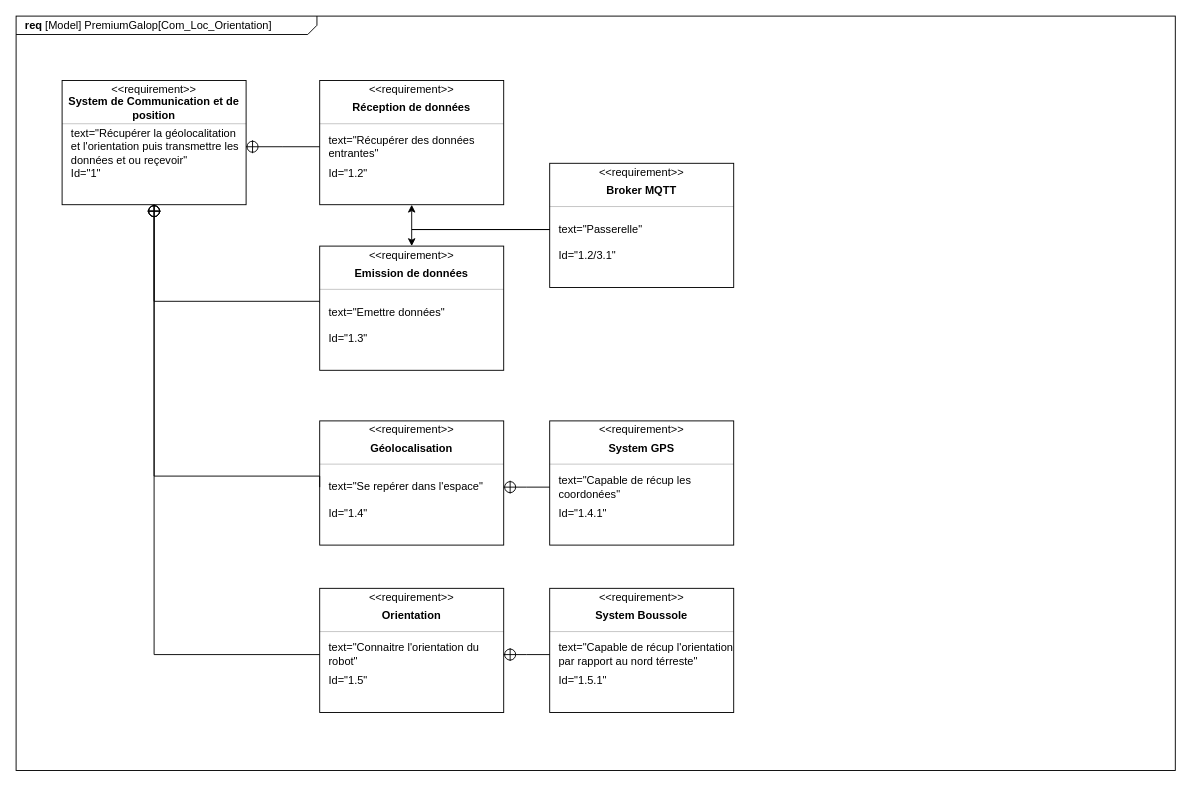
Earlier version of the draw.io diagram SYSML/Req_communication.drawio (ToGen49/Hippodrome). Source tidied: cells renumbered, new cells numbered last; positions are measured from the earlier drawing's top-left corner, leaving out a move shared by most shapes. Both pictures are drawn from the tidied source at 92%, with x=0, y=0 at pixel (16, 16).
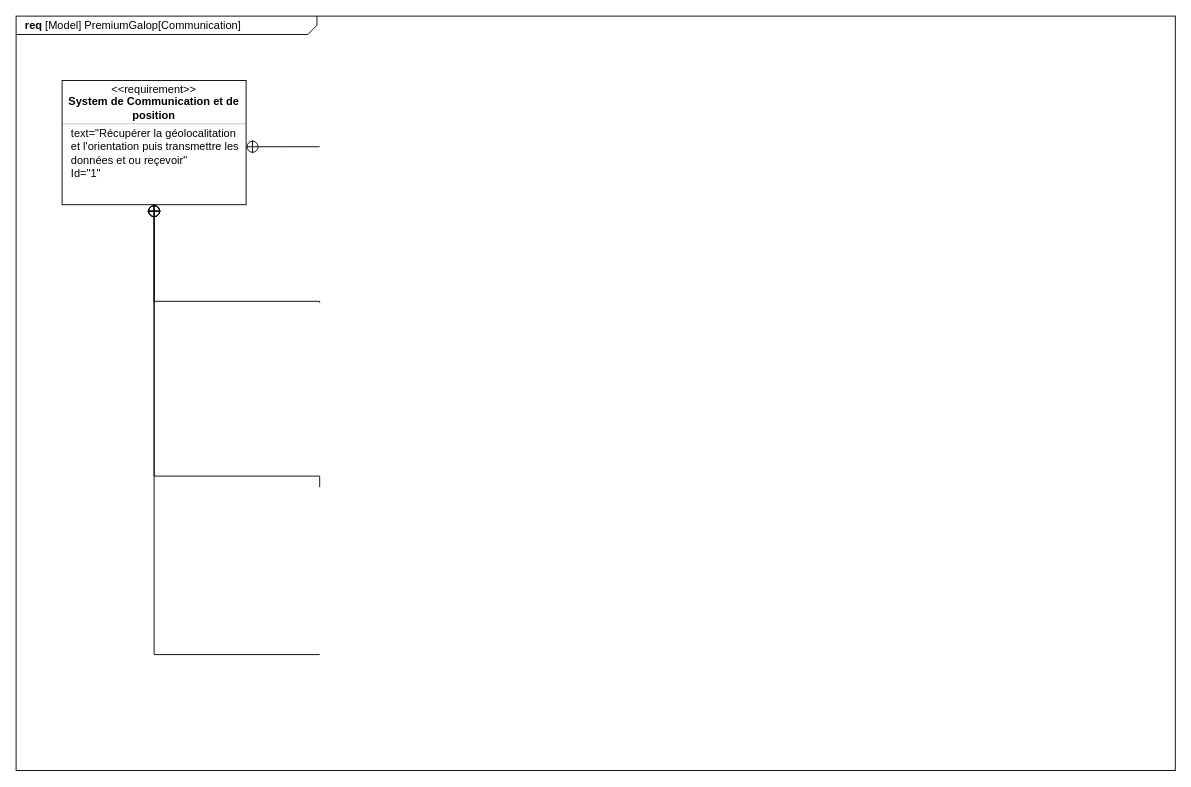
The same page after the edit.

Commit message (it also covers changes not shown here):
Mettre à jour Req_communication.drawio

The change refers to these unchanged cells:
```xml
<mxCell id="7" value="text=&quot;Récupérer la géolocalitation et l'orientation puis transmettre les données et ou reçevoir&quot;" style="html=1;align=left;spacing=0;verticalAlign=middle;strokeColor=none;fillColor=none;whiteSpace=wrap;spacingLeft=10;" parent="3" vertex="1">
  <mxGeometry y="51" width="200" height="42" as="geometry" />
</mxCell>
<mxCell id="9" style="html=1;align=center;spacing=0;verticalAlign=middle;strokeColor=none;fillColor=none;whiteSpace=wrap;" parent="3" vertex="1">
  <mxGeometry y="109" width="200" height="26" as="geometry" />
</mxCell>
```

The edit, as a diff of the source:
```diff
@@
-    <mxCell id="2" value="&lt;p style=&quot;margin: 0px ; margin-top: 4px ; margin-left: 10px ; text-align: left&quot;&gt;&lt;b&gt;req&lt;/b&gt; [Model] PremiumGalop[Com_Loc_Orientation]&lt;/p&gt;" style="html=1;strokeWidth=1;shape=mxgraph.sysml.package;html=1;overflow=fill;whiteSpace=wrap;fillColor=none;gradientColor=none;fontSize=12;align=center;labelX=327.64;" parent="1" vertex="1">
+    <mxCell id="2" value="&lt;p style=&quot;margin: 0px ; margin-top: 4px ; margin-left: 10px ; text-align: left&quot;&gt;&lt;b&gt;req&lt;/b&gt; [Model] PremiumGalop[Communication]&lt;/p&gt;" style="html=1;strokeWidth=1;shape=mxgraph.sysml.package;html=1;overflow=fill;whiteSpace=wrap;fillColor=none;gradientColor=none;fontSize=12;align=center;labelX=327.64;" parent="1" vertex="1">
       <mxGeometry width="1260" height="820" as="geometry" />
     </mxCell>
@@
-    <mxCell id="10" style="fontStyle=1;align=center;verticalAlign=middle;horizontal=1;" parent="1" vertex="1">
-      <mxGeometry x="330" y="70" width="200" height="135" as="geometry" />
-    </mxCell>
-    <mxCell id="11" value="&amp;lt;&amp;lt;requirement&amp;gt;&amp;gt;" style="html=1;align=center;spacing=0;verticalAlign=middle;strokeColor=none;fillColor=none;whiteSpace=wrap;spacingTop=3;" parent="10" vertex="1">
-      <mxGeometry width="200" height="16" as="geometry" />
-    </mxCell>
-    <mxCell id="12" value="Réception de données" style="html=1;align=center;spacing=0;verticalAlign=middle;strokeColor=none;fillColor=none;whiteSpace=wrap;fontStyle=1;" parent="10" vertex="1">
-      <mxGeometry y="16" width="200" height="27" as="geometry" />
-    </mxCell>
-    <mxCell id="13" style="line;strokeWidth=0.25;fillColor=none;align=left;verticalAlign=middle;spacingTop=-1;spacingLeft=3;spacingRight=3;labelPosition=right;" parent="10" vertex="1">
-      <mxGeometry y="43" width="200" height="8" as="geometry" />
-    </mxCell>
-    <mxCell id="14" value="text=&quot;Récupérer des données entrantes&quot;" style="html=1;align=left;spacing=0;verticalAlign=middle;strokeColor=none;fillColor=none;whiteSpace=wrap;spacingLeft=10;" parent="10" vertex="1">
-      <mxGeometry y="51" width="200" height="42" as="geometry" />
-    </mxCell>
-    <mxCell id="15" value="Id=&quot;1.2&quot;" style="html=1;align=left;spacing=0;verticalAlign=middle;strokeColor=none;fillColor=none;whiteSpace=wrap;spacingLeft=10;" parent="10" vertex="1">
-      <mxGeometry y="93" width="200" height="16" as="geometry" />
-    </mxCell>
-    <mxCell id="16" style="html=1;align=center;spacing=0;verticalAlign=middle;strokeColor=none;fillColor=none;whiteSpace=wrap;" parent="10" vertex="1">
-      <mxGeometry y="109" width="200" height="26" as="geometry" />
-    </mxCell>
-    <mxCell id="17" style="rounded=0;html=1;labelBackgroundColor=none;endArrow=none;edgeStyle=elbowEdgeStyle;elbow=vertical;startArrow=sysMLPackCont;startSize=12;exitX=1;exitY=0.5;exitDx=0;exitDy=0;entryX=0;entryY=0.5;entryDx=0;entryDy=0;" parent="1" edge="1" source="7" target="14">
-      <mxGeometry relative="1" as="geometry" />
+    <mxCell id="17" style="rounded=0;html=1;labelBackgroundColor=none;endArrow=none;edgeStyle=elbowEdgeStyle;elbow=vertical;startArrow=sysMLPackCont;startSize=12;exitX=1;exitY=0.5;exitDx=0;exitDy=0;entryX=0;entryY=0.5;entryDx=0;entryDy=0;" parent="1" edge="1" source="7">
+      <mxGeometry relative="1" as="geometry">
+        <mxPoint x="330" y="142" as="targetPoint" />
+      </mxGeometry>
     </mxCell>
-    <mxCell id="18" style="rounded=0;html=1;labelBackgroundColor=none;endArrow=none;edgeStyle=elbowEdgeStyle;elbow=vertical;startArrow=sysMLPackCont;startSize=12;entryX=0;entryY=0.25;entryDx=0;entryDy=0;exitX=0.5;exitY=1;exitDx=0;exitDy=0;" parent="1" edge="1" source="9" target="23">
+    <mxCell id="18" style="rounded=0;html=1;labelBackgroundColor=none;endArrow=none;edgeStyle=elbowEdgeStyle;elbow=vertical;startArrow=sysMLPackCont;startSize=12;entryX=0;entryY=0.25;entryDx=0;entryDy=0;exitX=0.5;exitY=1;exitDx=0;exitDy=0;" parent="1" edge="1" source="9">
       <mxGeometry relative="1" as="geometry">
+        <mxPoint x="330" y="311.5" as="targetPoint" />
         <Array as="points">
           <mxPoint x="250" y="310" />
         </Array>
       </mxGeometry>
     </mxCell>
-    <mxCell id="19" style="fontStyle=1;align=center;verticalAlign=middle;horizontal=1;" parent="1" vertex="1">
-      <mxGeometry x="330" y="250" width="200" height="135" as="geometry" />
-    </mxCell>
-    <mxCell id="20" value="&amp;lt;&amp;lt;requirement&amp;gt;&amp;gt;" style="html=1;align=center;spacing=0;verticalAlign=middle;strokeColor=none;fillColor=none;whiteSpace=wrap;spacingTop=3;" parent="19" vertex="1">
-      <mxGeometry width="200" height="16" as="geometry" />
-    </mxCell>
-    <mxCell id="21" value="Emission de données" style="html=1;align=center;spacing=0;verticalAlign=middle;strokeColor=none;fillColor=none;whiteSpace=wrap;fontStyle=1;" parent="19" vertex="1">
-      <mxGeometry y="16" width="200" height="27" as="geometry" />
-    </mxCell>
-    <mxCell id="22" style="line;strokeWidth=0.25;fillColor=none;align=left;verticalAlign=middle;spacingTop=-1;spacingLeft=3;spacingRight=3;labelPosition=right;" parent="19" vertex="1">
-      <mxGeometry y="43" width="200" height="8" as="geometry" />
-    </mxCell>
-    <mxCell id="23" value="text=&quot;Emettre données&quot;" style="html=1;align=left;spacing=0;verticalAlign=middle;strokeColor=none;fillColor=none;whiteSpace=wrap;spacingLeft=10;" parent="19" vertex="1">
-      <mxGeometry y="51" width="200" height="42" as="geometry" />
-    </mxCell>
-    <mxCell id="24" value="Id=&quot;1.3&lt;span style=&quot;background-color: transparent; color: light-dark(rgb(0, 0, 0), rgb(255, 255, 255));&quot;&gt;&quot;&lt;/span&gt;" style="html=1;align=left;spacing=0;verticalAlign=middle;strokeColor=none;fillColor=none;whiteSpace=wrap;spacingLeft=10;" parent="19" vertex="1">
-      <mxGeometry y="93" width="200" height="16" as="geometry" />
-    </mxCell>
-    <mxCell id="25" style="html=1;align=center;spacing=0;verticalAlign=middle;strokeColor=none;fillColor=none;whiteSpace=wrap;" parent="19" vertex="1">
-      <mxGeometry y="109" width="200" height="26" as="geometry" />
-    </mxCell>
-    <mxCell id="26" style="fontStyle=1;align=center;verticalAlign=middle;horizontal=1;" parent="1" vertex="1">
-      <mxGeometry x="330" y="440" width="200" height="135" as="geometry" />
-    </mxCell>
-    <mxCell id="27" value="&amp;lt;&amp;lt;requirement&amp;gt;&amp;gt;" style="html=1;align=center;spacing=0;verticalAlign=middle;strokeColor=none;fillColor=none;whiteSpace=wrap;spacingTop=3;" parent="26" vertex="1">
-      <mxGeometry width="200" height="16" as="geometry" />
-    </mxCell>
-    <mxCell id="28" value="Géolocalisation" style="html=1;align=center;spacing=0;verticalAlign=middle;strokeColor=none;fillColor=none;whiteSpace=wrap;fontStyle=1;" parent="26" vertex="1">
-      <mxGeometry y="16" width="200" height="27" as="geometry" />
-    </mxCell>
-    <mxCell id="29" style="line;strokeWidth=0.25;fillColor=none;align=left;verticalAlign=middle;spacingTop=-1;spacingLeft=3;spacingRight=3;labelPosition=right;" parent="26" vertex="1">
-      <mxGeometry y="43" width="200" height="8" as="geometry" />
-    </mxCell>
-    <mxCell id="30" value="text=&quot;Se repérer dans l'espace&quot;" style="html=1;align=left;spacing=0;verticalAlign=middle;strokeColor=none;fillColor=none;whiteSpace=wrap;spacingLeft=10;" parent="26" vertex="1">
-      <mxGeometry y="51" width="200" height="42" as="geometry" />
-    </mxCell>
-    <mxCell id="31" value="Id=&quot;1.4&lt;span style=&quot;background-color: transparent; color: light-dark(rgb(0, 0, 0), rgb(255, 255, 255));&quot;&gt;&quot;&lt;/span&gt;" style="html=1;align=left;spacing=0;verticalAlign=middle;strokeColor=none;fillColor=none;whiteSpace=wrap;spacingLeft=10;" parent="26" vertex="1">
-      <mxGeometry y="93" width="200" height="16" as="geometry" />
-    </mxCell>
-    <mxCell id="32" style="html=1;align=center;spacing=0;verticalAlign=middle;strokeColor=none;fillColor=none;whiteSpace=wrap;" parent="26" vertex="1">
-      <mxGeometry y="109" width="200" height="26" as="geometry" />
-    </mxCell>
-    <mxCell id="33" style="rounded=0;html=1;labelBackgroundColor=none;endArrow=none;edgeStyle=elbowEdgeStyle;elbow=vertical;startArrow=sysMLPackCont;startSize=12;entryX=0;entryY=0.5;entryDx=0;entryDy=0;exitX=0.5;exitY=1;exitDx=0;exitDy=0;" parent="1" edge="1" source="9" target="30">
+    <mxCell id="33" style="rounded=0;html=1;labelBackgroundColor=none;endArrow=none;edgeStyle=elbowEdgeStyle;elbow=vertical;startArrow=sysMLPackCont;startSize=12;entryX=0;entryY=0.5;entryDx=0;entryDy=0;exitX=0.5;exitY=1;exitDx=0;exitDy=0;" parent="1" edge="1" source="9">
       <mxGeometry relative="1" as="geometry">
+        <mxPoint x="330" y="512" as="targetPoint" />
         <Array as="points">
           <mxPoint x="240" y="500" />
         </Array>
       </mxGeometry>
     </mxCell>
-    <mxCell id="34" style="fontStyle=1;align=center;verticalAlign=middle;horizontal=1;" parent="1" vertex="1">
-      <mxGeometry x="330" y="622" width="200" height="135" as="geometry" />
-    </mxCell>
-    <mxCell id="35" value="&amp;lt;&amp;lt;requirement&amp;gt;&amp;gt;" style="html=1;align=center;spacing=0;verticalAlign=middle;strokeColor=none;fillColor=none;whiteSpace=wrap;spacingTop=3;" parent="34" vertex="1">
-      <mxGeometry width="200" height="16" as="geometry" />
-    </mxCell>
-    <mxCell id="36" value="Orientation" style="html=1;align=center;spacing=0;verticalAlign=middle;strokeColor=none;fillColor=none;whiteSpace=wrap;fontStyle=1;" parent="34" vertex="1">
-      <mxGeometry y="16" width="200" height="27" as="geometry" />
-    </mxCell>
-    <mxCell id="37" style="line;strokeWidth=0.25;fillColor=none;align=left;verticalAlign=middle;spacingTop=-1;spacingLeft=3;spacingRight=3;labelPosition=right;" parent="34" vertex="1">
-      <mxGeometry y="43" width="200" height="8" as="geometry" />
-    </mxCell>
-    <mxCell id="38" value="text=&quot;Connaitre l'orientation du robot&quot;" style="html=1;align=left;spacing=0;verticalAlign=middle;strokeColor=none;fillColor=none;whiteSpace=wrap;spacingLeft=10;" parent="34" vertex="1">
-      <mxGeometry y="51" width="200" height="42" as="geometry" />
-    </mxCell>
-    <mxCell id="39" value="Id=&quot;1.5&lt;span style=&quot;background-color: transparent; color: light-dark(rgb(0, 0, 0), rgb(255, 255, 255));&quot;&gt;&quot;&lt;/span&gt;" style="html=1;align=left;spacing=0;verticalAlign=middle;strokeColor=none;fillColor=none;whiteSpace=wrap;spacingLeft=10;" parent="34" vertex="1">
-      <mxGeometry y="93" width="200" height="16" as="geometry" />
-    </mxCell>
-    <mxCell id="40" style="html=1;align=center;spacing=0;verticalAlign=middle;strokeColor=none;fillColor=none;whiteSpace=wrap;" parent="34" vertex="1">
-      <mxGeometry y="109" width="200" height="26" as="geometry" />
-    </mxCell>
-    <mxCell id="41" style="rounded=0;html=1;labelBackgroundColor=none;endArrow=none;edgeStyle=elbowEdgeStyle;elbow=vertical;startArrow=sysMLPackCont;startSize=12;entryX=0;entryY=0.5;entryDx=0;entryDy=0;exitX=0.5;exitY=1;exitDx=0;exitDy=0;" parent="1" edge="1" source="9" target="38">
+    <mxCell id="41" style="rounded=0;html=1;labelBackgroundColor=none;endArrow=none;edgeStyle=elbowEdgeStyle;elbow=vertical;startArrow=sysMLPackCont;startSize=12;entryX=0;entryY=0.5;entryDx=0;entryDy=0;exitX=0.5;exitY=1;exitDx=0;exitDy=0;" parent="1" edge="1" source="9">
       <mxGeometry relative="1" as="geometry">
+        <mxPoint x="330" y="694" as="targetPoint" />
         <Array as="points">
           <mxPoint x="240" y="694" />
         </Array>
       </mxGeometry>
     </mxCell>
-    <mxCell id="42" style="fontStyle=1;align=center;verticalAlign=middle;horizontal=1;" parent="1" vertex="1">
-      <mxGeometry x="580" y="160" width="200" height="135" as="geometry" />
-    </mxCell>
-    <mxCell id="43" value="&amp;lt;&amp;lt;requirement&amp;gt;&amp;gt;" style="html=1;align=center;spacing=0;verticalAlign=middle;strokeColor=none;fillColor=none;whiteSpace=wrap;spacingTop=3;" parent="42" vertex="1">
-      <mxGeometry width="200" height="16" as="geometry" />
-    </mxCell>
-    <mxCell id="44" value="Broker MQTT" style="html=1;align=center;spacing=0;verticalAlign=middle;strokeColor=none;fillColor=none;whiteSpace=wrap;fontStyle=1;" parent="42" vertex="1">
-      <mxGeometry y="16" width="200" height="27" as="geometry" />
-    </mxCell>
-    <mxCell id="45" style="line;strokeWidth=0.25;fillColor=none;align=left;verticalAlign=middle;spacingTop=-1;spacingLeft=3;spacingRight=3;labelPosition=right;" parent="42" vertex="1">
-      <mxGeometry y="43" width="200" height="8" as="geometry" />
-    </mxCell>
-    <mxCell id="46" value="text=&quot;Passerelle&quot;" style="html=1;align=left;spacing=0;verticalAlign=middle;strokeColor=none;fillColor=none;whiteSpace=wrap;spacingLeft=10;" parent="42" vertex="1">
-      <mxGeometry y="51" width="200" height="42" as="geometry" />
-    </mxCell>
-    <mxCell id="47" value="Id=&quot;1.2/3.1&quot;" style="html=1;align=left;spacing=0;verticalAlign=middle;strokeColor=none;fillColor=none;whiteSpace=wrap;spacingLeft=10;" parent="42" vertex="1">
-      <mxGeometry y="93" width="200" height="16" as="geometry" />
-    </mxCell>
-    <mxCell id="48" style="html=1;align=center;spacing=0;verticalAlign=middle;strokeColor=none;fillColor=none;whiteSpace=wrap;" parent="42" vertex="1">
-      <mxGeometry y="109" width="200" height="26" as="geometry" />
-    </mxCell>
-    <mxCell id="49" style="fontStyle=1;align=center;verticalAlign=middle;horizontal=1;" parent="1" vertex="1">
-      <mxGeometry x="580" y="440" width="200" height="135" as="geometry" />
-    </mxCell>
-    <mxCell id="50" value="&amp;lt;&amp;lt;requirement&amp;gt;&amp;gt;" style="html=1;align=center;spacing=0;verticalAlign=middle;strokeColor=none;fillColor=none;whiteSpace=wrap;spacingTop=3;" parent="49" vertex="1">
-      <mxGeometry width="200" height="16" as="geometry" />
-    </mxCell>
-    <mxCell id="51" value="System GPS" style="html=1;align=center;spacing=0;verticalAlign=middle;strokeColor=none;fillColor=none;whiteSpace=wrap;fontStyle=1;" parent="49" vertex="1">
-      <mxGeometry y="16" width="200" height="27" as="geometry" />
-    </mxCell>
-    <mxCell id="52" style="line;strokeWidth=0.25;fillColor=none;align=left;verticalAlign=middle;spacingTop=-1;spacingLeft=3;spacingRight=3;labelPosition=right;" parent="49" vertex="1">
-      <mxGeometry y="43" width="200" height="8" as="geometry" />
-    </mxCell>
-    <mxCell id="53" value="text=&quot;Capable de récup les coordonées&quot;" style="html=1;align=left;spacing=0;verticalAlign=middle;strokeColor=none;fillColor=none;whiteSpace=wrap;spacingLeft=10;" parent="49" vertex="1">
-      <mxGeometry y="51" width="200" height="42" as="geometry" />
-    </mxCell>
-    <mxCell id="54" value="Id=&quot;1.4.1&lt;span style=&quot;background-color: transparent; color: light-dark(rgb(0, 0, 0), rgb(255, 255, 255));&quot;&gt;&quot;&lt;/span&gt;" style="html=1;align=left;spacing=0;verticalAlign=middle;strokeColor=none;fillColor=none;whiteSpace=wrap;spacingLeft=10;" parent="49" vertex="1">
-      <mxGeometry y="93" width="200" height="16" as="geometry" />
-    </mxCell>
-    <mxCell id="55" style="html=1;align=center;spacing=0;verticalAlign=middle;strokeColor=none;fillColor=none;whiteSpace=wrap;" parent="49" vertex="1">
-      <mxGeometry y="109" width="200" height="26" as="geometry" />
-    </mxCell>
-    <mxCell id="56" style="fontStyle=1;align=center;verticalAlign=middle;horizontal=1;" parent="1" vertex="1">
-      <mxGeometry x="580" y="622" width="200" height="135" as="geometry" />
-    </mxCell>
-    <mxCell id="57" value="&amp;lt;&amp;lt;requirement&amp;gt;&amp;gt;" style="html=1;align=center;spacing=0;verticalAlign=middle;strokeColor=none;fillColor=none;whiteSpace=wrap;spacingTop=3;" parent="56" vertex="1">
-      <mxGeometry width="200" height="16" as="geometry" />
-    </mxCell>
-    <mxCell id="58" value="System Boussole" style="html=1;align=center;spacing=0;verticalAlign=middle;strokeColor=none;fillColor=none;whiteSpace=wrap;fontStyle=1;" parent="56" vertex="1">
-      <mxGeometry y="16" width="200" height="27" as="geometry" />
-    </mxCell>
-    <mxCell id="59" style="line;strokeWidth=0.25;fillColor=none;align=left;verticalAlign=middle;spacingTop=-1;spacingLeft=3;spacingRight=3;labelPosition=right;" parent="56" vertex="1">
-      <mxGeometry y="43" width="200" height="8" as="geometry" />
-    </mxCell>
-    <mxCell id="60" value="text=&quot;Capable de récup l'orientation par rapport au nord térreste&quot;" style="html=1;align=left;spacing=0;verticalAlign=middle;strokeColor=none;fillColor=none;whiteSpace=wrap;spacingLeft=10;" parent="56" vertex="1">
-      <mxGeometry y="51" width="200" height="42" as="geometry" />
-    </mxCell>
-    <mxCell id="61" value="Id=&quot;1.5.1&quot;" style="html=1;align=left;spacing=0;verticalAlign=middle;strokeColor=none;fillColor=none;whiteSpace=wrap;spacingLeft=10;" parent="56" vertex="1">
-      <mxGeometry y="93" width="200" height="16" as="geometry" />
-    </mxCell>
-    <mxCell id="62" style="html=1;align=center;spacing=0;verticalAlign=middle;strokeColor=none;fillColor=none;whiteSpace=wrap;" parent="56" vertex="1">
-      <mxGeometry y="109" width="200" height="26" as="geometry" />
-    </mxCell>
-    <mxCell id="63" style="edgeStyle=orthogonalEdgeStyle;rounded=0;jettySize=auto;html=1;exitX=0;exitY=0.5;exitDx=0;exitDy=0;entryX=0.5;entryY=1;entryDx=0;entryDy=0;" parent="1" edge="1" source="46" target="16">
-      <mxGeometry relative="1" as="geometry" />
-    </mxCell>
-    <mxCell id="64" style="edgeStyle=orthogonalEdgeStyle;rounded=0;jettySize=auto;html=1;exitX=0;exitY=0.5;exitDx=0;exitDy=0;entryX=0.5;entryY=0;entryDx=0;entryDy=0;" parent="1" edge="1" source="46" target="20">
-      <mxGeometry relative="1" as="geometry">
-        <Array as="points">
-          <mxPoint x="430" y="232" />
-        </Array>
-      </mxGeometry>
-    </mxCell>
-    <mxCell id="65" style="rounded=0;html=1;labelBackgroundColor=none;endArrow=none;edgeStyle=elbowEdgeStyle;elbow=vertical;startArrow=sysMLPackCont;startSize=12;entryX=0;entryY=0.5;entryDx=0;entryDy=0;exitX=1;exitY=0.5;exitDx=0;exitDy=0;" parent="1" edge="1" source="30" target="53">
-      <mxGeometry relative="1" as="geometry" />
-    </mxCell>
-    <mxCell id="66" style="rounded=0;html=1;labelBackgroundColor=none;endArrow=none;edgeStyle=elbowEdgeStyle;elbow=vertical;startArrow=sysMLPackCont;startSize=12;entryX=0;entryY=0.5;entryDx=0;entryDy=0;exitX=1;exitY=0.5;exitDx=0;exitDy=0;" parent="1" edge="1" source="38" target="60">
-      <mxGeometry relative="1" as="geometry" />
-    </mxCell>
```
